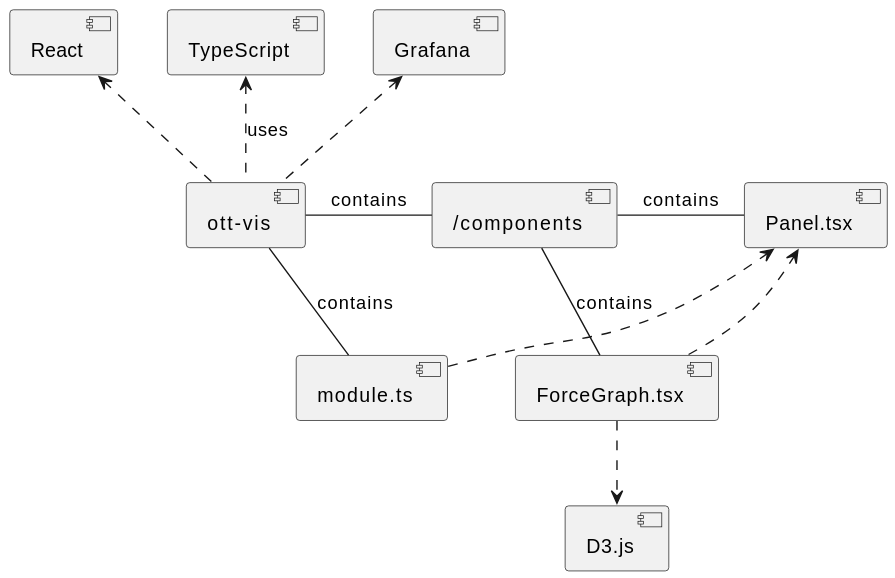
Before: figures/vis/visualization-component.svg, a diagram exported from PlantUML (dyc3/senior-design).
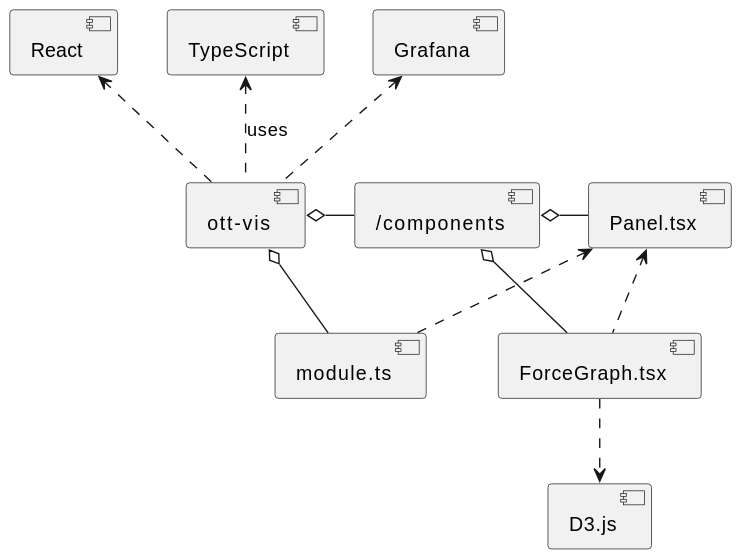
Later version of the same file.

Commit message:
change to visualization-component diagram (#261)

What changed in the source:
```diff
@@ -2,10 +2,10 @@
 [React] <.. [ott-vis]
 [TypeScript] <.. [ott-vis] : uses
 [Grafana] <.. [ott-vis]
-[ott-vis] - [/components] : contains
-[ott-vis] - [module.ts] : contains
-[/components] - [Panel.tsx] : contains
-[/components] - [ForceGraph.tsx] : contains
+[ott-vis] o- [/components]
+[ott-vis] o- [module.ts]
+[/components] o- [Panel.tsx]
+[/components] o- [ForceGraph.tsx]
 [Panel.tsx] <.. [ForceGraph.tsx]
 [Panel.tsx] <.. [module.ts]
 [ForceGraph.tsx] ..> [D3.js]
```
